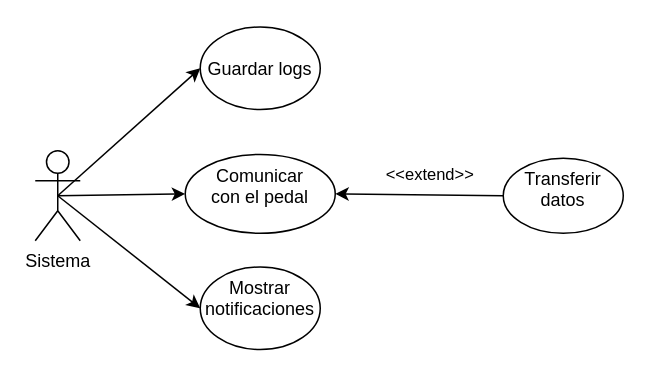
Before: document/images/diagram-usecase-system.drawio in lcasan/Thesis, a draw.io diagram. Source tidied: cells renumbered, new cells numbered last; positions are measured from the earlier drawing's top-left corner, leaving out a move shared by most shapes. Both pictures are drawn from the tidied source at 150%, with x=0, y=0 at pixel (34, 26).
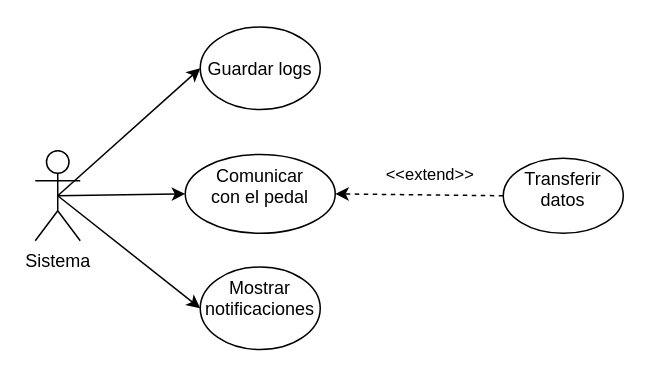
After the change.

Change to the diagram source:
```diff
@@
 <mxGraphModel>
   <root>
     <mxCell id="0" />
     <mxCell id="1" parent="0" />
     <mxCell id="2" style="edgeStyle=none;html=1;exitX=0.5;exitY=0.5;exitDx=0;exitDy=0;exitPerimeter=0;entryX=0;entryY=0.5;entryDx=0;entryDy=0;" parent="1" edge="1" source="5" target="6">
       <mxGeometry relative="1" as="geometry" />
     </mxCell>
     <mxCell id="3" style="edgeStyle=none;html=1;exitX=0.5;exitY=0.5;exitDx=0;exitDy=0;exitPerimeter=0;entryX=0;entryY=0.5;entryDx=0;entryDy=0;" parent="1" edge="1" source="5" target="7">
       <mxGeometry relative="1" as="geometry" />
     </mxCell>
     <mxCell id="4" style="edgeStyle=none;html=1;exitX=0.5;exitY=0.5;exitDx=0;exitDy=0;exitPerimeter=0;entryX=0;entryY=0.5;entryDx=0;entryDy=0;" parent="1" edge="1" source="5" target="8">
       <mxGeometry relative="1" as="geometry" />
     </mxCell>
     <mxCell id="5" value="Sistema" style="shape=umlActor;verticalLabelPosition=bottom;verticalAlign=top;html=1;outlineConnect=0;" parent="1" vertex="1">
       <mxGeometry y="83" width="30" height="60" as="geometry" />
     </mxCell>
     <mxCell id="6" value="&lt;br&gt;Guardar logs" style="ellipse;whiteSpace=wrap;html=1;verticalAlign=top;" parent="1" vertex="1">
       <mxGeometry x="110" y="0.5" width="80" height="55" as="geometry" />
     </mxCell>
     <mxCell id="7" value="Comunicar &lt;br&gt;con el pedal" style="ellipse;whiteSpace=wrap;html=1;verticalAlign=top;" parent="1" vertex="1">
       <mxGeometry x="100" y="85.5" width="100" height="52.5" as="geometry" />
     </mxCell>
     <mxCell id="8" value="Mostrar notificaciones" style="ellipse;whiteSpace=wrap;html=1;verticalAlign=top;" parent="1" vertex="1">
       <mxGeometry x="110" y="160.5" width="80" height="55" as="geometry" />
     </mxCell>
-    <mxCell id="9" style="edgeStyle=none;html=1;exitX=0;exitY=0.5;exitDx=0;exitDy=0;entryX=1;entryY=0.5;entryDx=0;entryDy=0;" parent="1" edge="1" source="11" target="7">
+    <mxCell id="9" style="edgeStyle=none;html=1;exitX=0;exitY=0.5;exitDx=0;exitDy=0;entryX=1;entryY=0.5;entryDx=0;entryDy=0;dashed=1;" parent="1" edge="1" source="11" target="7">
       <mxGeometry relative="1" as="geometry" />
     </mxCell>
     <mxCell id="10" value="&amp;lt;&amp;lt;extend&amp;gt;&amp;gt;" style="edgeLabel;html=1;align=center;verticalAlign=middle;" parent="9" vertex="1">
       <mxGeometry x="-0.09" relative="1" as="geometry">
         <mxPoint x="1" y="-14" as="offset" />
       </mxGeometry>
     </mxCell>
     <mxCell id="11" value="Transferir datos" style="ellipse;whiteSpace=wrap;html=1;verticalAlign=top;" parent="1" vertex="1">
       <mxGeometry x="312" y="88" width="80" height="50" as="geometry" />
     </mxCell>
   </root>
 </mxGraphModel>
```
